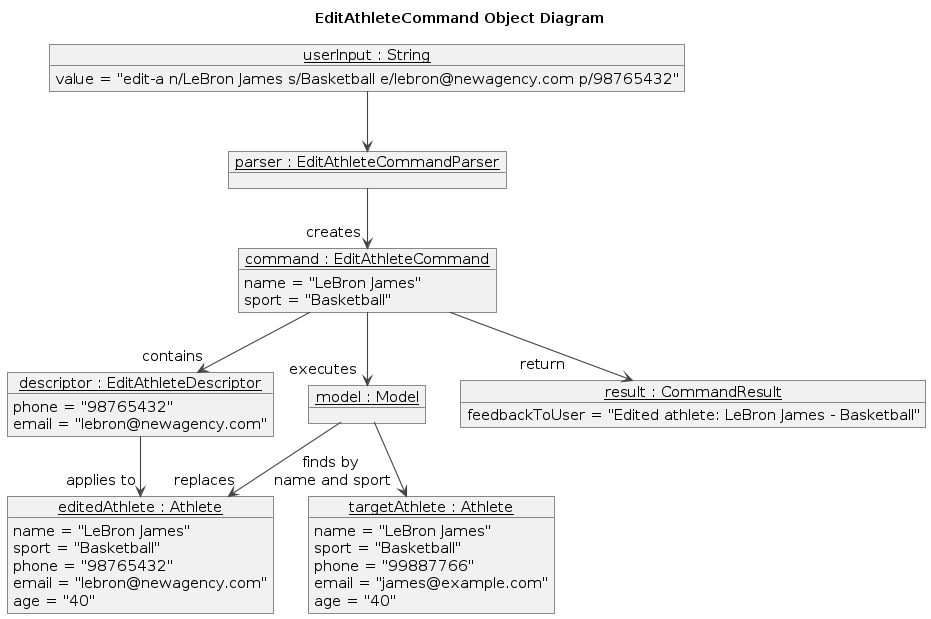
This is diagrams/EditObjectDiagram.png from AY2526S1-CS2103T-F13-3/tp, a PlantUML export, as it was before one commit. Its source is kept beside it as diagrams/EditObjectDiagram.puml.
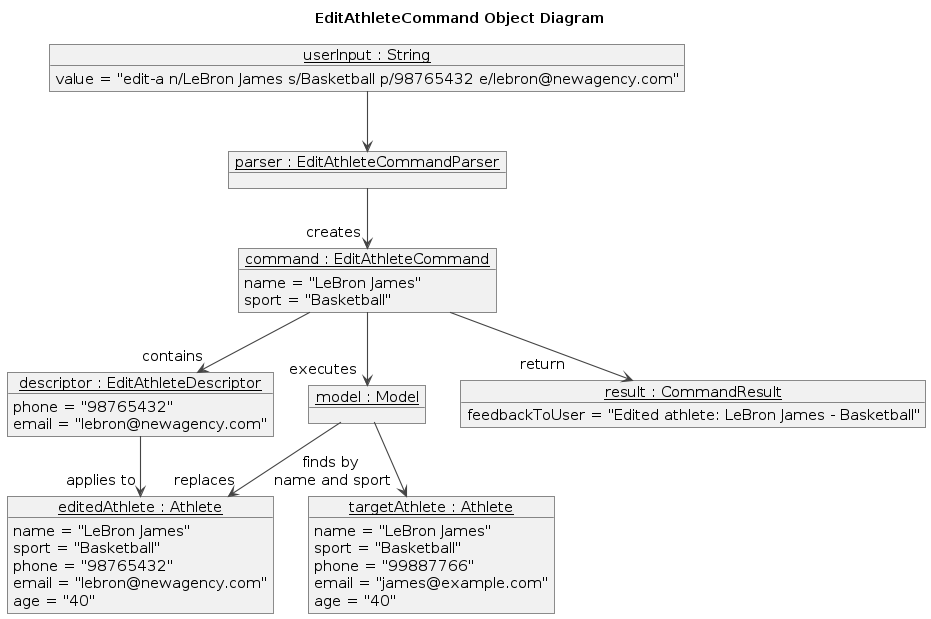
The same diagram one commit later.

Diff of the diagram source:
```diff
@@ -9,7 +9,7 @@
 skinparam shadowing false
 
 object "__userInput : String__" as userInput {
-  value = "edit-a n/LeBron James s/Basketball e/lebron@newagency.com p/98765432"
+  value = "edit-a n/LeBron James s/Basketball p/98765432 e/lebron@newagency.com"
 }
 
 object "__parser : EditAthleteCommandParser__" as parser
```
